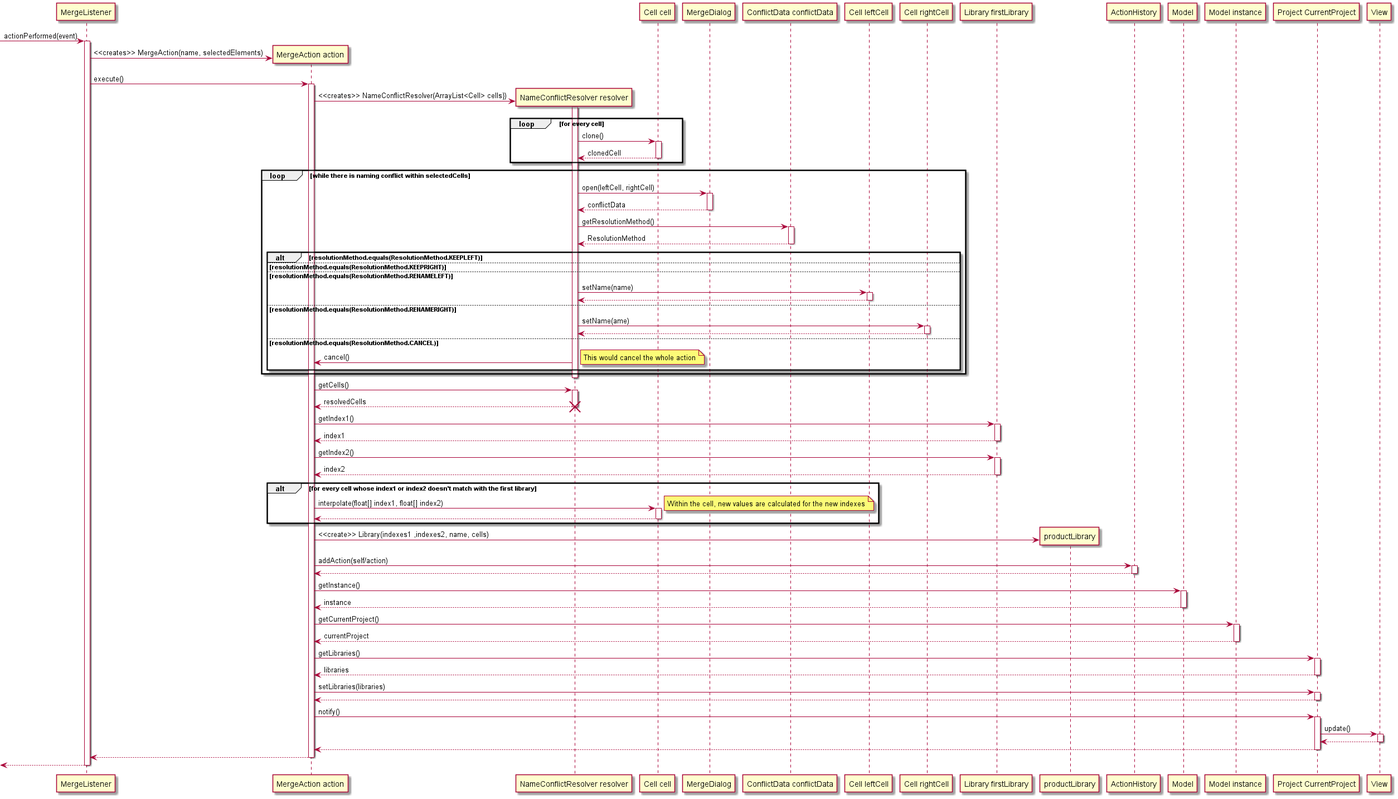
Above: Design Phase/Images/FR-12,13.png in AlpTorac/PSE-Report (PlantUML), before the change.
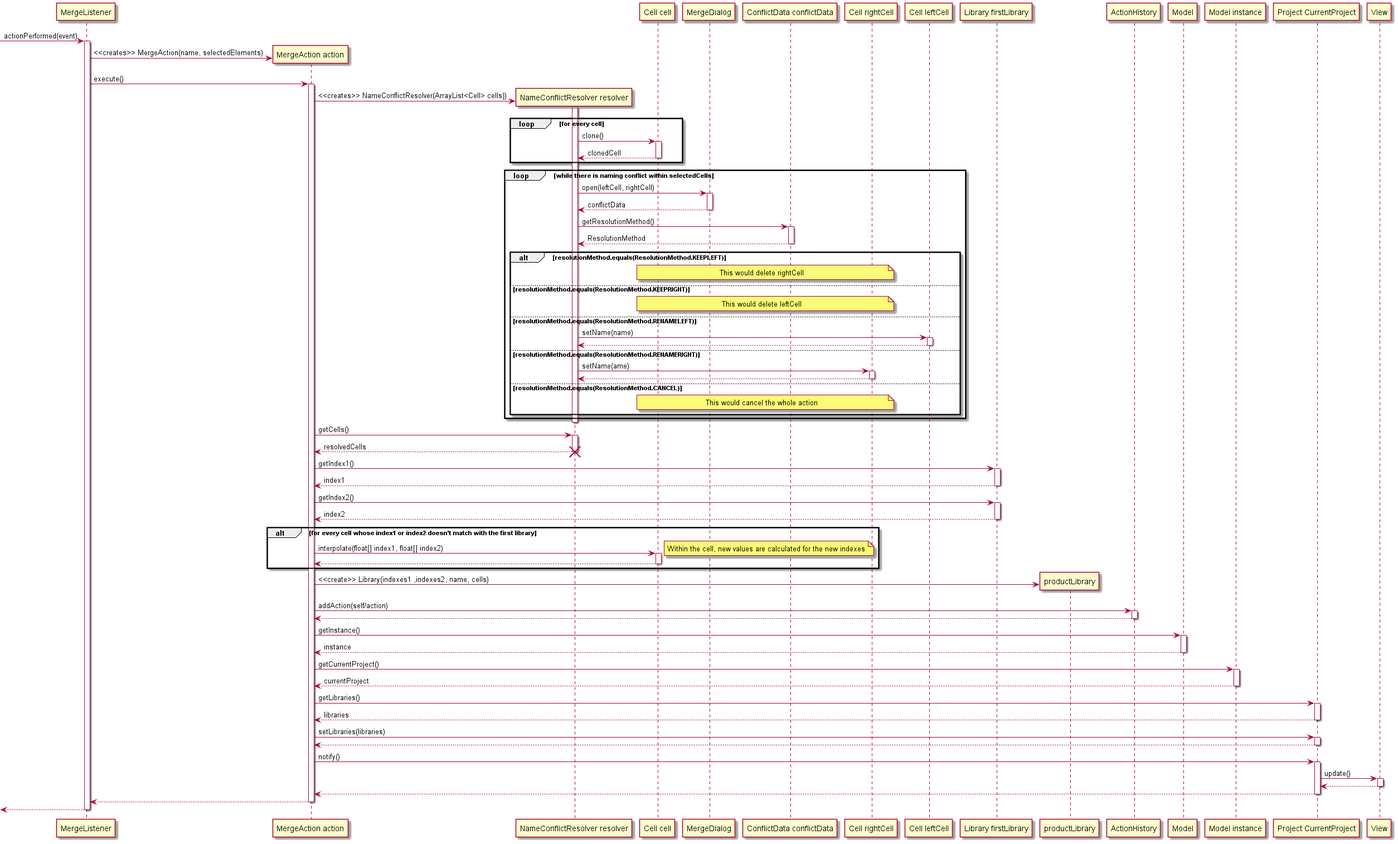
Later version of the same file.

Change to the diagram source:
```diff
@@ -14,7 +14,9 @@
 "NameConflictResolver resolver" -> "ConflictData conflictData" ++ : getResolutionMethod()
 return ResolutionMethod
 alt resolutionMethod.equals(ResolutionMethod.KEEPLEFT)
+note over "Cell rightCell", "Cell cell": This would delete rightCell
 else resolutionMethod.equals(ResolutionMethod.KEEPRIGHT)
+note over "Cell rightCell", "Cell cell": This would delete leftCell
 else resolutionMethod.equals(ResolutionMethod.RENAMELEFT)
 "NameConflictResolver resolver" -> "Cell leftCell" ++ : setName(name)
 return
@@ -22,8 +24,7 @@
 "NameConflictResolver resolver" -> "Cell rightCell" ++ : setName(ame)
 return
 else resolutionMethod.equals(ResolutionMethod.CANCEL)
-"NameConflictResolver resolver" -> "MergeAction action": cancel()
-note right: This would cancel the whole action
+note over "Cell rightCell", "Cell cell": This would cancel the whole action
 end
 end
 deactivate "NameConflictResolver resolver"
```
